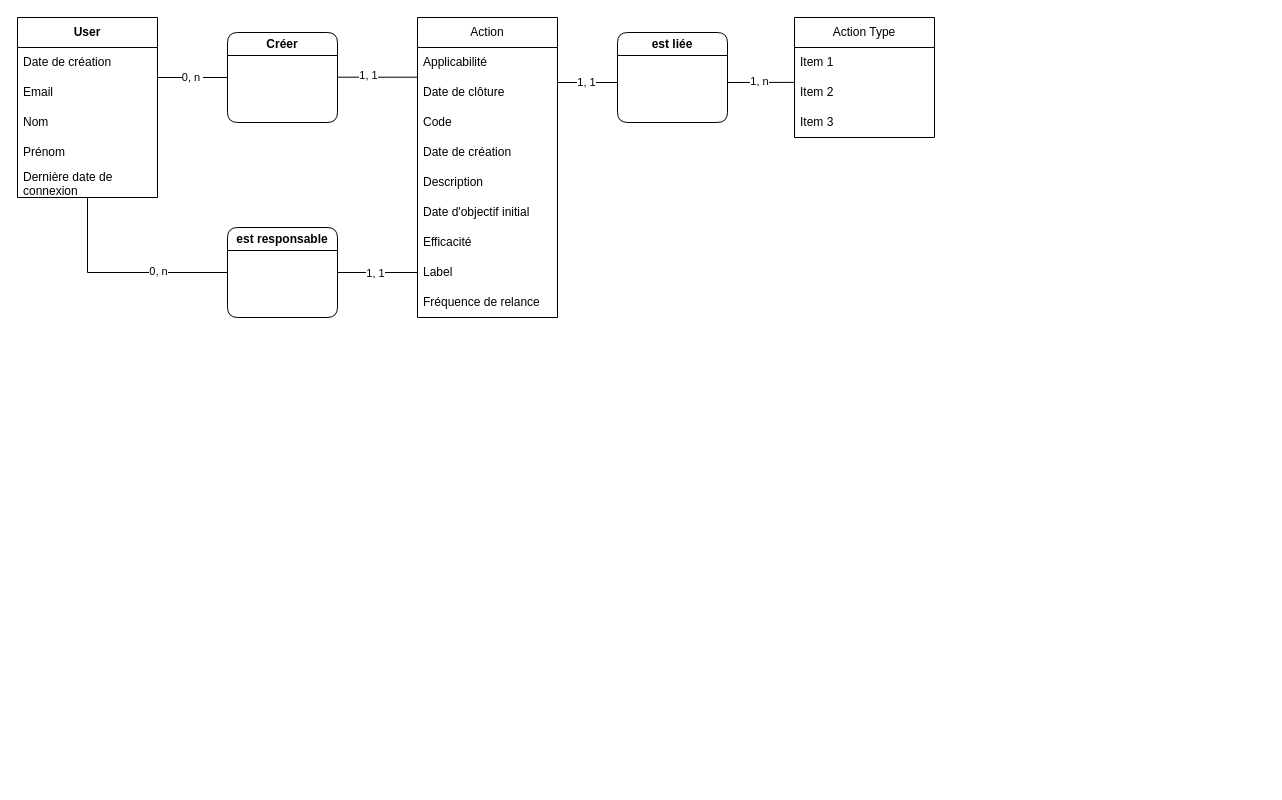
Earlier version of the draw.io diagram mcd.drawio (AlexandreLefay/GDR-CDA.draw.io). Source tidied: cells renumbered, new cells numbered last; positions are measured from the earlier drawing's top-left corner, leaving out a move shared by most shapes. Both pictures are drawn from the tidied source at 100%, with x=0, y=0 at pixel (17, 17).
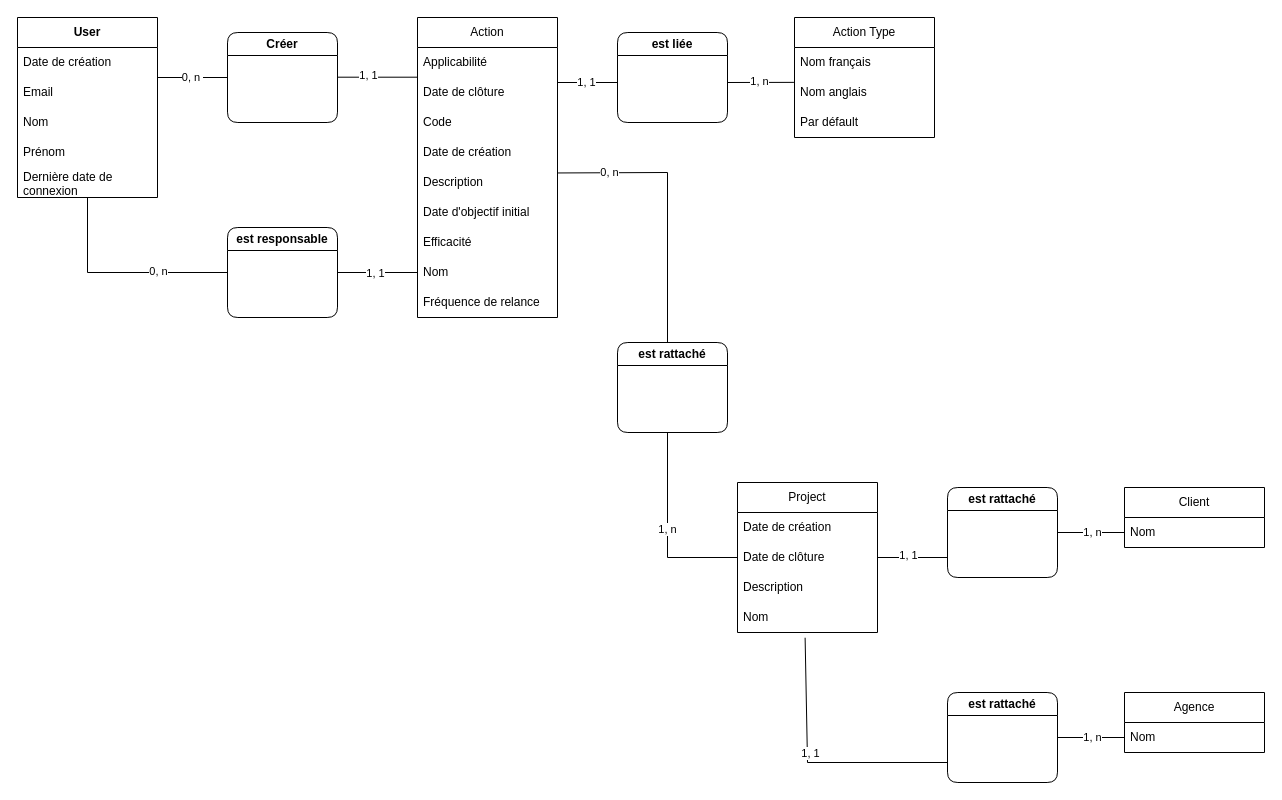
The same page after the edit.

Commit message:
Mettre à jour mcd.drawio

Unchanged cells that the change refers to:
```xml
<mxCell id="13" value="Action" style="swimlane;fontStyle=0;horizontal=1;startSize=30;whiteSpace=wrap;html=1;" parent="1" vertex="1">
  <mxGeometry x="400" width="140" height="300" as="geometry" />
</mxCell>
<mxCell id="18" value="Description" style="text;strokeColor=none;fillColor=none;align=left;verticalAlign=middle;spacingLeft=4;spacingRight=4;overflow=hidden;points=[[0,0.5],[1,0.5]];portConstraint=eastwest;whiteSpace=wrap;html=1;" parent="13" vertex="1">
  <mxGeometry y="150" width="140" height="30" as="geometry" />
</mxCell>
<mxCell id="23" value="Action Type" style="swimlane;fontStyle=0;horizontal=1;startSize=30;whiteSpace=wrap;html=1;" parent="1" vertex="1">
  <mxGeometry x="777" width="140" height="120" as="geometry" />
</mxCell>
```

The edit, as a diff of the source:
```diff
@@
-    <mxCell id="21" value="Label" style="text;strokeColor=none;fillColor=none;align=left;verticalAlign=middle;spacingLeft=4;spacingRight=4;overflow=hidden;points=[[0,0.5],[1,0.5]];portConstraint=eastwest;whiteSpace=wrap;html=1;" parent="13" vertex="1">
+    <mxCell id="21" value="Nom" style="text;strokeColor=none;fillColor=none;align=left;verticalAlign=middle;spacingLeft=4;spacingRight=4;overflow=hidden;points=[[0,0.5],[1,0.5]];portConstraint=eastwest;whiteSpace=wrap;html=1;" parent="13" vertex="1">
       <mxGeometry y="240" width="140" height="30" as="geometry" />
     </mxCell>
@@
-    <mxCell id="24" value="Item 1" style="text;strokeColor=none;fillColor=none;align=left;verticalAlign=middle;spacingLeft=4;spacingRight=4;overflow=hidden;whiteSpace=wrap;html=1;" parent="23" vertex="1">
+    <mxCell id="24" value="Nom français" style="text;strokeColor=none;fillColor=none;align=left;verticalAlign=middle;spacingLeft=4;spacingRight=4;overflow=hidden;whiteSpace=wrap;html=1;" parent="23" vertex="1">
       <mxGeometry y="30" width="140" height="30" as="geometry" />
     </mxCell>
-    <mxCell id="25" value="Item 2" style="text;strokeColor=none;fillColor=none;align=left;verticalAlign=middle;spacingLeft=4;spacingRight=4;overflow=hidden;points=[[0,0.5],[1,0.5]];portConstraint=eastwest;whiteSpace=wrap;html=1;" parent="23" vertex="1">
+    <mxCell id="25" value="Nom anglais" style="text;strokeColor=none;fillColor=none;align=left;verticalAlign=middle;spacingLeft=4;spacingRight=4;overflow=hidden;points=[[0,0.5],[1,0.5]];portConstraint=eastwest;whiteSpace=wrap;html=1;" parent="23" vertex="1">
       <mxGeometry y="60" width="140" height="30" as="geometry" />
     </mxCell>
-    <mxCell id="26" value="Item 3" style="text;strokeColor=none;fillColor=none;align=left;verticalAlign=middle;spacingLeft=4;spacingRight=4;overflow=hidden;whiteSpace=wrap;html=1;" parent="23" vertex="1">
+    <mxCell id="26" value="Par défault" style="text;strokeColor=none;fillColor=none;align=left;verticalAlign=middle;spacingLeft=4;spacingRight=4;overflow=hidden;whiteSpace=wrap;html=1;" parent="23" vertex="1">
       <mxGeometry y="90" width="140" height="30" as="geometry" />
     </mxCell>
@@
+    <mxCell id="37" value="Project" style="swimlane;fontStyle=0;horizontal=1;startSize=30;whiteSpace=wrap;html=1;" parent="1" vertex="1">
+      <mxGeometry x="720" y="465" width="140" height="150" as="geometry" />
+    </mxCell>
+    <mxCell id="38" value="Date de création" style="text;strokeColor=none;fillColor=none;align=left;verticalAlign=middle;spacingLeft=4;spacingRight=4;overflow=hidden;whiteSpace=wrap;html=1;" parent="37" vertex="1">
+      <mxGeometry y="30" width="140" height="30" as="geometry" />
+    </mxCell>
+    <mxCell id="39" value="Date de clôture" style="text;strokeColor=none;fillColor=none;align=left;verticalAlign=middle;spacingLeft=4;spacingRight=4;overflow=hidden;points=[[0,0.5],[1,0.5]];portConstraint=eastwest;whiteSpace=wrap;html=1;" parent="37" vertex="1">
+      <mxGeometry y="60" width="140" height="30" as="geometry" />
+    </mxCell>
+    <mxCell id="40" value="Description" style="text;strokeColor=none;fillColor=none;align=left;verticalAlign=middle;spacingLeft=4;spacingRight=4;overflow=hidden;whiteSpace=wrap;html=1;" parent="37" vertex="1">
+      <mxGeometry y="90" width="140" height="30" as="geometry" />
+    </mxCell>
+    <mxCell id="41" value="Nom" style="text;strokeColor=none;fillColor=none;align=left;verticalAlign=middle;spacingLeft=4;spacingRight=4;overflow=hidden;points=[[0,0.5],[1,0.5]];portConstraint=eastwest;whiteSpace=wrap;html=1;" parent="37" vertex="1">
+      <mxGeometry y="120" width="140" height="30" as="geometry" />
+    </mxCell>
+    <mxCell id="42" value="Client" style="swimlane;fontStyle=0;horizontal=1;startSize=30;whiteSpace=wrap;html=1;" parent="1" vertex="1">
+      <mxGeometry x="1107" y="470" width="140" height="60" as="geometry" />
+    </mxCell>
+    <mxCell id="43" value="Nom" style="text;strokeColor=none;fillColor=none;align=left;verticalAlign=middle;spacingLeft=4;spacingRight=4;overflow=hidden;points=[[0,0.5],[1,0.5]];portConstraint=eastwest;whiteSpace=wrap;html=1;" parent="42" vertex="1">
+      <mxGeometry y="30" width="140" height="30" as="geometry" />
+    </mxCell>
+    <mxCell id="44" value="est rattaché" style="swimlane;whiteSpace=wrap;html=1;rounded=1;" parent="1" vertex="1">
+      <mxGeometry x="930" y="470" width="110" height="90" as="geometry" />
+    </mxCell>
+    <mxCell id="45" style="endArrow=none;html=1;rounded=0;" parent="1" edge="1">
+      <mxGeometry relative="1" as="geometry">
+        <mxPoint x="860" y="540" as="sourcePoint" />
+        <mxPoint x="930" y="540" as="targetPoint" />
+      </mxGeometry>
+    </mxCell>
+    <mxCell id="46" value="1, 1" style="edgeLabel;html=1;align=center;verticalAlign=middle;" parent="45" vertex="1">
+      <mxGeometry x="-0.13" y="3" relative="1" as="geometry" />
+    </mxCell>
+    <mxCell id="47" style="endArrow=none;html=1;rounded=0;entryX=0;entryY=0.5;entryDx=0;entryDy=0;" parent="1" edge="1" target="43">
+      <mxGeometry relative="1" as="geometry">
+        <mxPoint x="1040" y="515" as="sourcePoint" />
+      </mxGeometry>
+    </mxCell>
+    <mxCell id="48" value="1, n" style="edgeLabel;html=1;align=center;verticalAlign=middle;" parent="47" vertex="1">
+      <mxGeometry x="0.02" y="1" relative="1" as="geometry" />
+    </mxCell>
+    <mxCell id="49" value="Agence" style="swimlane;fontStyle=0;horizontal=1;startSize=30;whiteSpace=wrap;html=1;" parent="1" vertex="1">
+      <mxGeometry x="1107" y="675" width="140" height="60" as="geometry" />
+    </mxCell>
+    <mxCell id="50" value="Nom" style="text;strokeColor=none;fillColor=none;align=left;verticalAlign=middle;spacingLeft=4;spacingRight=4;overflow=hidden;points=[[0,0.5],[1,0.5]];portConstraint=eastwest;whiteSpace=wrap;html=1;" parent="49" vertex="1">
+      <mxGeometry y="30" width="140" height="30" as="geometry" />
+    </mxCell>
+    <mxCell id="51" value="est rattaché" style="swimlane;whiteSpace=wrap;html=1;rounded=1;" parent="1" vertex="1">
+      <mxGeometry x="930" y="675" width="110" height="90" as="geometry" />
+    </mxCell>
+    <mxCell id="52" style="endArrow=none;html=1;rounded=0;exitX=0.483;exitY=1.174;exitDx=0;exitDy=0;exitPerimeter=0;" parent="1" edge="1" source="41">
+      <mxGeometry relative="1" as="geometry">
+        <mxPoint x="930" y="745" as="targetPoint" />
+        <Array as="points">
+          <mxPoint x="790" y="745" />
+        </Array>
+      </mxGeometry>
+    </mxCell>
+    <mxCell id="53" value="1, 1" style="edgeLabel;html=1;align=center;verticalAlign=middle;" parent="52" vertex="1">
+      <mxGeometry x="-0.13" y="3" relative="1" as="geometry" />
+    </mxCell>
+    <mxCell id="54" style="endArrow=none;html=1;rounded=0;entryX=0;entryY=0.5;entryDx=0;entryDy=0;" parent="1" edge="1" target="50">
+      <mxGeometry relative="1" as="geometry">
+        <mxPoint x="1040" y="720" as="sourcePoint" />
+      </mxGeometry>
+    </mxCell>
+    <mxCell id="55" value="1, n" style="edgeLabel;html=1;align=center;verticalAlign=middle;" parent="54" vertex="1">
+      <mxGeometry x="0.02" y="1" relative="1" as="geometry" />
+    </mxCell>
+    <mxCell id="56" value="est rattaché" style="swimlane;whiteSpace=wrap;html=1;rounded=1;" parent="1" vertex="1">
+      <mxGeometry x="600" y="325" width="110" height="90" as="geometry" />
+    </mxCell>
+    <mxCell id="57" style="endArrow=none;html=1;rounded=0;entryX=1.004;entryY=0.182;entryDx=0;entryDy=0;entryPerimeter=0;" parent="1" edge="1" target="18">
+      <mxGeometry relative="1" as="geometry">
+        <mxPoint x="650" y="325" as="sourcePoint" />
+        <Array as="points">
+          <mxPoint x="650" y="155" />
+        </Array>
+      </mxGeometry>
+    </mxCell>
+    <mxCell id="58" value="0, n" style="edgeLabel;html=1;align=center;verticalAlign=middle;" parent="57" vertex="1">
+      <mxGeometry x="0.63" y="-1" relative="1" as="geometry" />
+    </mxCell>
+    <mxCell id="59" value="1, n" style="endArrow=none;html=1;rounded=0;exitX=0;exitY=0.5;exitDx=0;exitDy=0;" parent="1" edge="1" source="39">
+      <mxGeometry relative="1" as="geometry">
+        <mxPoint x="650" y="415" as="targetPoint" />
+        <Array as="points">
+          <mxPoint x="650" y="540" />
+        </Array>
+      </mxGeometry>
+    </mxCell>
```
